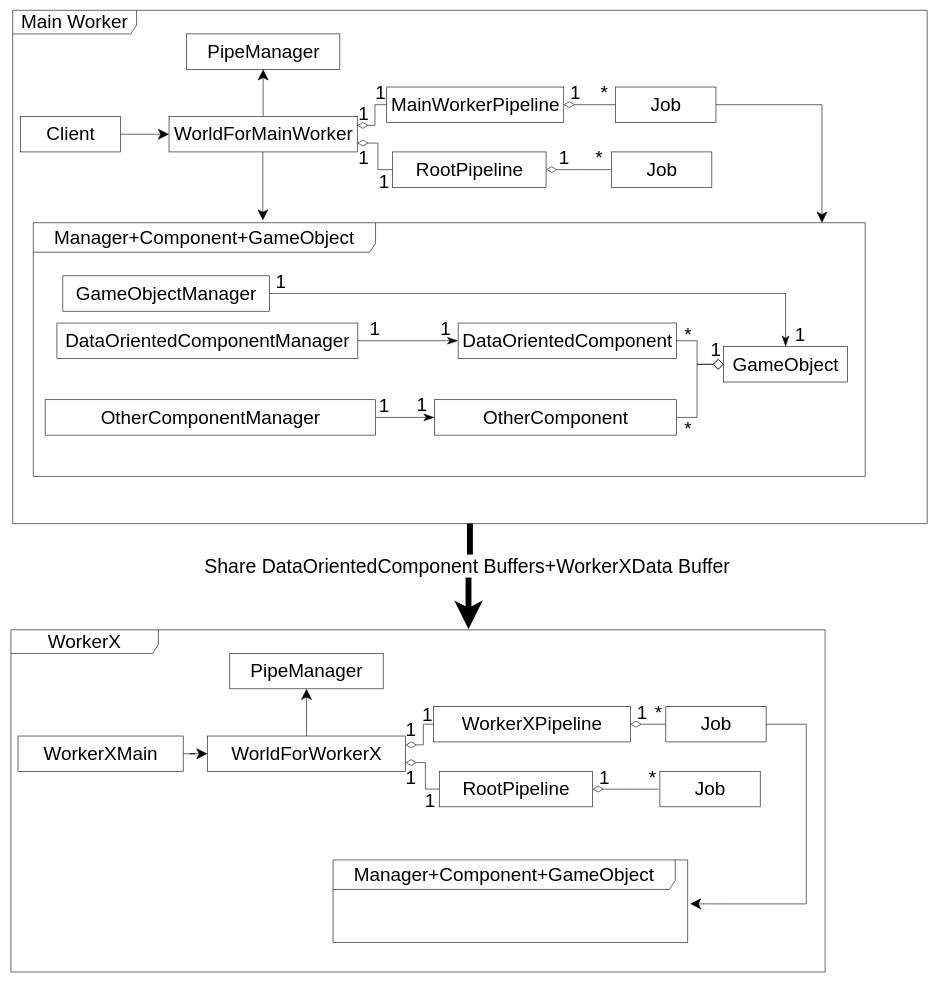
Before: packages/多线程模式/role_abstract/类图.drawio in yyc-git/3DProgramPattern, a draw.io diagram. Source tidied: cells renumbered, new cells numbered last; positions are measured from the earlier drawing's top-left corner, leaving out a move shared by most shapes. Both pictures are drawn from the tidied source at 59%, with x=0, y=0 at pixel (11, 10).
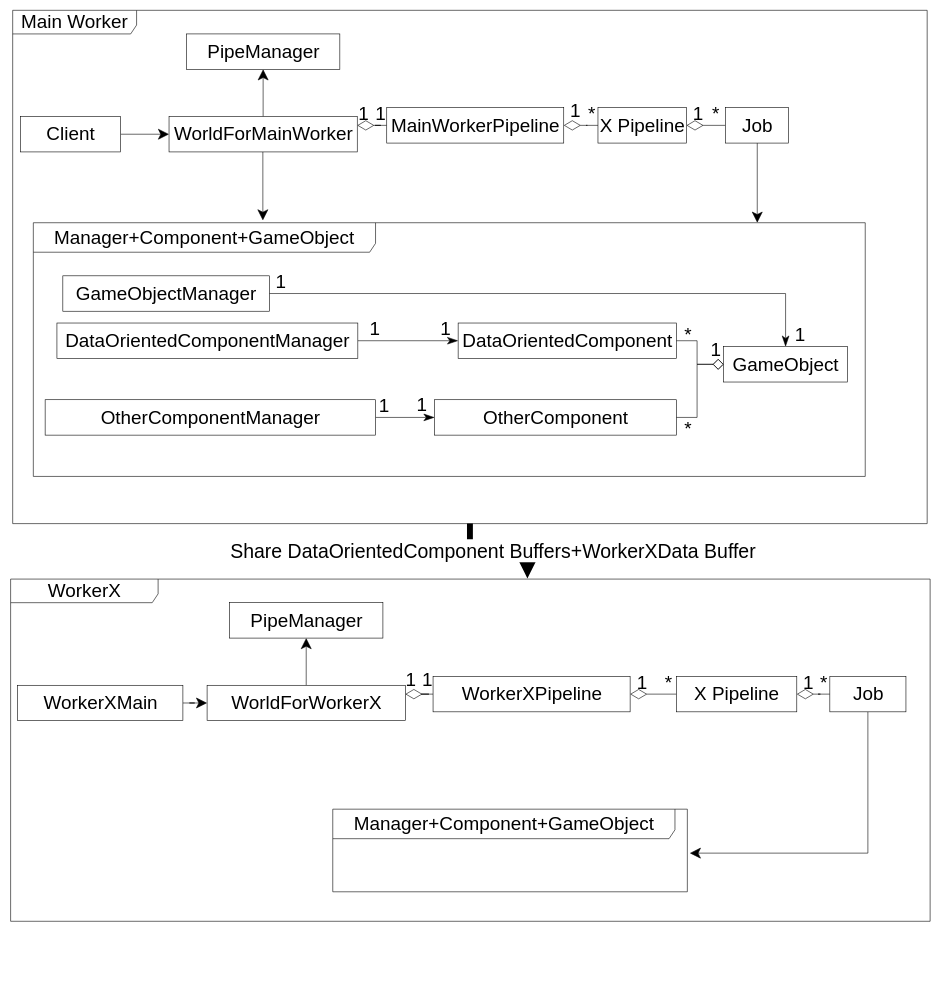
The same page after the edit.

The change refers to these unchanged cells:
```xml
<mxCell id="11" value="WorldForMainWorker" style="html=1;fontSize=32;" parent="1" vertex="1">
  <mxGeometry x="268" y="180" width="319" height="60" as="geometry" />
</mxCell>
<mxCell id="37" value="&lt;font style=&quot;font-size: 32px&quot;&gt;Manager+&lt;/font&gt;Component+GameObject" style="shape=umlFrame;whiteSpace=wrap;html=1;width=580;height=50;fontSize=32;" parent="1" vertex="1">
  <mxGeometry x="38" y="360" width="1410" height="430" as="geometry" />
</mxCell>
```

Change to the diagram source:
```diff
@@
-    <mxCell id="8" style="edgeStyle=orthogonalEdgeStyle;rounded=0;jettySize=auto;html=1;endSize=16;startSize=16;startArrow=diamondThin;startFill=0;endArrow=none;endFill=0;exitX=1;exitY=0.25;exitDx=0;exitDy=0;" parent="1" edge="1" source="11" target="14">
+    <mxCell id="8" style="edgeStyle=orthogonalEdgeStyle;rounded=0;jettySize=auto;html=1;endSize=26;startSize=26;startArrow=diamondThin;startFill=0;endArrow=none;endFill=0;exitX=1;exitY=0.25;exitDx=0;exitDy=0;" parent="1" edge="1" source="11" target="14">
       <mxGeometry relative="1" as="geometry" />
     </mxCell>
-    <mxCell id="9" style="edgeStyle=orthogonalEdgeStyle;rounded=0;jettySize=auto;html=1;endSize=16;startSize=16;startArrow=diamondThin;startFill=0;endArrow=none;endFill=0;exitX=1;exitY=0.75;exitDx=0;exitDy=0;" parent="1" edge="1" source="11" target="16">
-      <mxGeometry relative="1" as="geometry" />
-    </mxCell>
@@
-    <mxCell id="13" style="edgeStyle=orthogonalEdgeStyle;rounded=0;jettySize=auto;html=1;entryX=0;entryY=0.5;entryDx=0;entryDy=0;startArrow=diamondThin;startFill=0;endArrow=none;endFill=0;startSize=16;endSize=16;" parent="1" edge="1" source="14" target="18">
-      <mxGeometry relative="1" as="geometry" />
-    </mxCell>
+    <mxCell id="75" style="edgeStyle=orthogonalEdgeStyle;rounded=0;jettySize=auto;html=1;startSize=26;endSize=26;startArrow=diamondThin;startFill=0;endArrow=none;endFill=0;" parent="1" edge="1" source="14" target="78">
+      <mxGeometry relative="1" as="geometry" />
+    </mxCell>
     <mxCell id="14" value="MainWorkerPipeline" style="html=1;fontSize=32;" parent="1" vertex="1">
-      <mxGeometry x="637" y="130" width="300" height="60" as="geometry" />
+      <mxGeometry x="637" y="165" width="300" height="60" as="geometry" />
     </mxCell>
-    <mxCell id="15" style="edgeStyle=orthogonalEdgeStyle;rounded=0;jettySize=auto;html=1;entryX=0;entryY=0.5;entryDx=0;entryDy=0;startArrow=diamondThin;startFill=0;endArrow=none;endFill=0;startSize=16;endSize=16;" parent="1" edge="1" source="16">
-      <mxGeometry relative="1" as="geometry">
-        <mxPoint x="1017" y="270" as="targetPoint" />
-      </mxGeometry>
-    </mxCell>
-    <mxCell id="16" value="RootPipeline" style="html=1;fontSize=32;" parent="1" vertex="1">
-      <mxGeometry x="647" y="240" width="260" height="60" as="geometry" />
-    </mxCell>
-    <mxCell id="17" style="group;" parent="1" vertex="1">
-      <mxGeometry x="1025" y="130" width="190" height="70" as="geometry" />
-    </mxCell>
-    <mxCell id="18" value="Job" style="html=1;fontSize=32;" parent="17" vertex="1">
-      <mxGeometry width="170" height="60" as="geometry" />
-    </mxCell>
     <mxCell id="19" value="WorkerX" style="shape=umlFrame;whiteSpace=wrap;html=1;width=250;height=40;fontSize=32;" parent="1" vertex="1">
-      <mxGeometry y="1050" width="1380" height="580" as="geometry" />
+      <mxGeometry x="-0.5" y="964" width="1558.5" height="580" as="geometry" />
     </mxCell>
     <mxCell id="20" value="&lt;font style=&quot;font-size: 32px&quot;&gt;Manager+&lt;/font&gt;Component+GameObject" style="shape=umlFrame;whiteSpace=wrap;html=1;width=580;height=50;fontSize=32;" parent="1" vertex="1">
-      <mxGeometry x="546" y="1440" width="601" height="140" as="geometry" />
+      <mxGeometry x="545.5" y="1354" width="601" height="140" as="geometry" />
     </mxCell>
@@
     <mxCell id="22" value="WorkerXMain" style="html=1;fontSize=32;" parent="1" vertex="1">
-      <mxGeometry x="12" y="1230" width="280" height="60" as="geometry" />
+      <mxGeometry x="11.5" y="1144" width="280" height="60" as="geometry" />
     </mxCell>
@@
-    <mxCell id="24" style="edgeStyle=orthogonalEdgeStyle;rounded=0;jettySize=auto;html=1;endSize=16;startSize=16;startArrow=diamondThin;startFill=0;endArrow=none;endFill=0;exitX=1;exitY=0.25;exitDx=0;exitDy=0;" parent="1" edge="1" source="26" target="29">
+    <mxCell id="24" style="edgeStyle=orthogonalEdgeStyle;rounded=0;jettySize=auto;html=1;endSize=26;startSize=26;startArrow=diamondThin;startFill=0;endArrow=none;endFill=0;exitX=1;exitY=0.25;exitDx=0;exitDy=0;" parent="1" edge="1" source="26" target="29">
       <mxGeometry relative="1" as="geometry" />
     </mxCell>
-    <mxCell id="25" style="edgeStyle=orthogonalEdgeStyle;rounded=0;jettySize=auto;html=1;endSize=16;startSize=16;startArrow=diamondThin;startFill=0;endArrow=none;endFill=0;exitX=1;exitY=0.75;exitDx=0;exitDy=0;" parent="1" edge="1" source="26" target="31">
-      <mxGeometry relative="1" as="geometry" />
-    </mxCell>
     <mxCell id="26" value="WorldForWorkerX" style="html=1;fontSize=32;" parent="1" vertex="1">
-      <mxGeometry x="333" y="1230" width="336" height="60" as="geometry" />
+      <mxGeometry x="332.5" y="1144" width="336" height="60" as="geometry" />
     </mxCell>
     <mxCell id="27" value="PipeManager" style="html=1;fontSize=32;" parent="1" vertex="1">
-      <mxGeometry x="371" y="1090" width="260" height="60" as="geometry" />
+      <mxGeometry x="370.5" y="1004" width="260" height="60" as="geometry" />
     </mxCell>
-    <mxCell id="28" style="edgeStyle=orthogonalEdgeStyle;rounded=0;jettySize=auto;html=1;entryX=0;entryY=0.5;entryDx=0;entryDy=0;startArrow=diamondThin;startFill=0;endArrow=none;endFill=0;startSize=16;endSize=16;" parent="1" edge="1" source="29" target="35">
-      <mxGeometry relative="1" as="geometry" />
-    </mxCell>
+    <mxCell id="76" style="edgeStyle=orthogonalEdgeStyle;rounded=0;jettySize=auto;html=1;entryX=0;entryY=0.5;entryDx=0;entryDy=0;startArrow=diamondThin;startFill=0;endArrow=none;endFill=0;startSize=26;endSize=26;" parent="1" edge="1" source="29" target="81">
+      <mxGeometry relative="1" as="geometry" />
+    </mxCell>
     <mxCell id="29" value="WorkerXPipeline" style="html=1;fontSize=32;" parent="1" vertex="1">
-      <mxGeometry x="716" y="1180" width="334" height="60" as="geometry" />
+      <mxGeometry x="715.5" y="1129" width="334" height="60" as="geometry" />
     </mxCell>
-    <mxCell id="30" style="edgeStyle=orthogonalEdgeStyle;rounded=0;jettySize=auto;html=1;startArrow=diamondThin;startFill=0;endArrow=none;endFill=0;startSize=16;endSize=16;" parent="1" edge="1" source="31">
-      <mxGeometry relative="1" as="geometry">
-        <mxPoint x="1098" y="1320" as="targetPoint" />
-      </mxGeometry>
-    </mxCell>
-    <mxCell id="31" value="RootPipeline" style="html=1;fontSize=32;" parent="1" vertex="1">
-      <mxGeometry x="726" y="1290" width="260" height="60" as="geometry" />
-    </mxCell>
-    <mxCell id="32" style="group;" parent="1" vertex="1">
-      <mxGeometry x="1018" y="240" width="190" height="70" as="geometry" />
-    </mxCell>
-    <mxCell id="33" value="Job" style="html=1;fontSize=32;" parent="32" vertex="1">
-      <mxGeometry width="170" height="60" as="geometry" />
-    </mxCell>
-    <mxCell id="34" style="edgeStyle=orthogonalEdgeStyle;rounded=0;jettySize=auto;html=1;entryX=1.007;entryY=0.532;entryDx=0;entryDy=0;entryPerimeter=0;startSize=16;endSize=16;strokeWidth=1;" parent="1" edge="1" source="35" target="20">
+    <mxCell id="34" style="edgeStyle=orthogonalEdgeStyle;rounded=0;jettySize=auto;html=1;entryX=1.007;entryY=0.532;entryDx=0;entryDy=0;entryPerimeter=0;startSize=16;endSize=16;strokeWidth=1;exitX=0.5;exitY=1;exitDx=0;exitDy=0;" parent="1" edge="1" source="82" target="20">
       <mxGeometry relative="1" as="geometry">
         <Array as="points">
-          <mxPoint x="1348" y="1210" />
-          <mxPoint x="1348" y="1514" />
+          <mxPoint x="1453" y="1429" />
         </Array>
       </mxGeometry>
     </mxCell>
-    <mxCell id="35" value="Job" style="html=1;fontSize=32;" parent="1" vertex="1">
-      <mxGeometry x="1110" y="1180" width="170" height="60" as="geometry" />
-    </mxCell>
-    <mxCell id="36" value="Job" style="html=1;fontSize=32;" parent="1" vertex="1">
-      <mxGeometry x="1100" y="1290" width="170" height="60" as="geometry" />
-    </mxCell>
@@
-    <mxCell id="49" style="edgeStyle=orthogonalEdgeStyle;rounded=0;jettySize=auto;html=1;entryX=0.948;entryY=0;entryDx=0;entryDy=0;entryPerimeter=0;startSize=16;endSize=16;" parent="1" edge="1" source="18" target="37">
+    <mxCell id="49" style="edgeStyle=orthogonalEdgeStyle;rounded=0;jettySize=auto;html=1;startSize=16;endSize=16;exitX=0.5;exitY=1;exitDx=0;exitDy=0;" parent="1" edge="1" source="79">
       <mxGeometry relative="1" as="geometry">
+        <mxPoint x="1265" y="360" as="targetPoint" />
         <Array as="points">
-          <mxPoint x="1375" y="160" />
+          <mxPoint x="1265" y="360" />
         </Array>
       </mxGeometry>
     </mxCell>
@@
     <mxCell id="51" value="&lt;font style=&quot;font-size: 32px&quot;&gt;1&lt;/font&gt;" style="text;html=1;strokeColor=none;fillColor=none;align=center;verticalAlign=middle;whiteSpace=wrap;rounded=0;" parent="1" vertex="1">
-      <mxGeometry x="607" y="130" width="40" height="20" as="geometry" />
+      <mxGeometry x="607" y="165" width="40" height="20" as="geometry" />
     </mxCell>
-    <mxCell id="52" value="&lt;font style=&quot;font-size: 32px&quot;&gt;1&lt;/font&gt;" style="text;html=1;strokeColor=none;fillColor=none;align=center;verticalAlign=middle;whiteSpace=wrap;rounded=0;" parent="1" vertex="1">
-      <mxGeometry x="578" y="240" width="40" height="20" as="geometry" />
-    </mxCell>
-    <mxCell id="53" value="&lt;font style=&quot;font-size: 32px&quot;&gt;1&lt;/font&gt;" style="text;html=1;strokeColor=none;fillColor=none;align=center;verticalAlign=middle;whiteSpace=wrap;rounded=0;" parent="1" vertex="1">
-      <mxGeometry x="613" y="280" width="40" height="20" as="geometry" />
-    </mxCell>
     <mxCell id="54" value="&lt;font style=&quot;font-size: 32px&quot;&gt;1&lt;/font&gt;" style="text;html=1;strokeColor=none;fillColor=none;align=center;verticalAlign=middle;whiteSpace=wrap;rounded=0;" parent="1" vertex="1">
-      <mxGeometry x="937" y="130" width="40" height="20" as="geometry" />
+      <mxGeometry x="937" y="160" width="40" height="20" as="geometry" />
     </mxCell>
-    <mxCell id="55" value="&lt;font style=&quot;font-size: 32px&quot;&gt;1&lt;/font&gt;" style="text;html=1;strokeColor=none;fillColor=none;align=center;verticalAlign=middle;whiteSpace=wrap;rounded=0;" parent="1" vertex="1">
-      <mxGeometry x="918" y="240" width="40" height="20" as="geometry" />
-    </mxCell>
-    <mxCell id="56" value="&lt;font style=&quot;font-size: 32px&quot;&gt;*&lt;/font&gt;" style="text;html=1;strokeColor=none;fillColor=none;align=center;verticalAlign=middle;whiteSpace=wrap;rounded=0;" parent="1" vertex="1">
-      <mxGeometry x="977" y="240" width="40" height="20" as="geometry" />
-    </mxCell>
     <mxCell id="57" value="&lt;font style=&quot;font-size: 32px&quot;&gt;*&lt;/font&gt;" style="text;html=1;strokeColor=none;fillColor=none;align=center;verticalAlign=middle;whiteSpace=wrap;rounded=0;" parent="1" vertex="1">
-      <mxGeometry x="986" y="130" width="40" height="20" as="geometry" />
+      <mxGeometry x="965" y="165" width="40" height="20" as="geometry" />
     </mxCell>
@@
     <mxCell id="67" value="&lt;font style=&quot;font-size: 32px&quot;&gt;1&lt;/font&gt;" style="text;html=1;strokeColor=none;fillColor=none;align=center;verticalAlign=middle;whiteSpace=wrap;rounded=0;" parent="1" vertex="1">
-      <mxGeometry x="658" y="1210" width="40" height="20" as="geometry" />
+      <mxGeometry x="657.5" y="1124" width="40" height="20" as="geometry" />
     </mxCell>
-    <mxCell id="68" value="&lt;font style=&quot;font-size: 32px&quot;&gt;1&lt;/font&gt;" style="text;html=1;strokeColor=none;fillColor=none;align=center;verticalAlign=middle;whiteSpace=wrap;rounded=0;" parent="1" vertex="1">
-      <mxGeometry x="658" y="1290" width="40" height="20" as="geometry" />
-    </mxCell>
     <mxCell id="69" value="&lt;font style=&quot;font-size: 32px&quot;&gt;1&lt;/font&gt;" style="text;html=1;strokeColor=none;fillColor=none;align=center;verticalAlign=middle;whiteSpace=wrap;rounded=0;" parent="1" vertex="1">
-      <mxGeometry x="686" y="1184" width="40" height="20" as="geometry" />
+      <mxGeometry x="685.5" y="1124" width="40" height="20" as="geometry" />
     </mxCell>
-    <mxCell id="70" value="&lt;font style=&quot;font-size: 32px&quot;&gt;1&lt;/font&gt;" style="text;html=1;strokeColor=none;fillColor=none;align=center;verticalAlign=middle;whiteSpace=wrap;rounded=0;" parent="1" vertex="1">
-      <mxGeometry x="691" y="1330" width="40" height="20" as="geometry" />
-    </mxCell>
-    <mxCell id="71" value="&lt;font style=&quot;font-size: 32px&quot;&gt;1&lt;/font&gt;" style="text;html=1;strokeColor=none;fillColor=none;align=center;verticalAlign=middle;whiteSpace=wrap;rounded=0;" parent="1" vertex="1">
-      <mxGeometry x="1050" y="1180" width="40" height="20" as="geometry" />
-    </mxCell>
-    <mxCell id="72" value="&lt;font style=&quot;font-size: 32px&quot;&gt;1&lt;/font&gt;" style="text;html=1;strokeColor=none;fillColor=none;align=center;verticalAlign=middle;whiteSpace=wrap;rounded=0;" parent="1" vertex="1">
-      <mxGeometry x="986" y="1290" width="40" height="20" as="geometry" />
-    </mxCell>
-    <mxCell id="73" value="&lt;font style=&quot;font-size: 32px&quot;&gt;*&lt;/font&gt;" style="text;html=1;strokeColor=none;fillColor=none;align=center;verticalAlign=middle;whiteSpace=wrap;rounded=0;" parent="1" vertex="1">
-      <mxGeometry x="1078" y="1180" width="40" height="20" as="geometry" />
-    </mxCell>
-    <mxCell id="74" value="&lt;font style=&quot;font-size: 32px&quot;&gt;*&lt;/font&gt;" style="text;html=1;strokeColor=none;fillColor=none;align=center;verticalAlign=middle;whiteSpace=wrap;rounded=0;" parent="1" vertex="1">
-      <mxGeometry x="1068" y="1290" width="40" height="20" as="geometry" />
-    </mxCell>
+    <mxCell id="77" style="edgeStyle=orthogonalEdgeStyle;rounded=0;jettySize=auto;html=1;entryX=0;entryY=0.5;entryDx=0;entryDy=0;startArrow=diamondThin;startFill=0;endArrow=none;endFill=0;startSize=26;endSize=26;" parent="1" edge="1" source="78" target="79">
+      <mxGeometry relative="1" as="geometry" />
+    </mxCell>
+    <mxCell id="78" value="X Pipeline" style="html=1;fontSize=32;" parent="1" vertex="1">
+      <mxGeometry x="995" y="165" width="150" height="60" as="geometry" />
+    </mxCell>
+    <mxCell id="79" value="Job" style="html=1;fontSize=32;" parent="1" vertex="1">
+      <mxGeometry x="1211" y="165" width="107" height="60" as="geometry" />
+    </mxCell>
+    <mxCell id="80" style="edgeStyle=orthogonalEdgeStyle;rounded=0;jettySize=auto;html=1;startArrow=diamondThin;startFill=0;endArrow=none;endFill=0;startSize=26;endSize=26;" parent="1" edge="1" source="81" target="82">
+      <mxGeometry relative="1" as="geometry" />
+    </mxCell>
+    <mxCell id="81" value="X Pipeline" style="html=1;fontSize=32;" parent="1" vertex="1">
+      <mxGeometry x="1128" y="1129" width="204" height="60" as="geometry" />
+    </mxCell>
+    <mxCell id="82" value="Job" style="html=1;fontSize=32;" parent="1" vertex="1">
+      <mxGeometry x="1388" y="1129" width="129" height="60" as="geometry" />
+    </mxCell>
+    <mxCell id="83" value="&lt;font style=&quot;font-size: 32px&quot;&gt;1&lt;/font&gt;" style="text;html=1;strokeColor=none;fillColor=none;align=center;verticalAlign=middle;whiteSpace=wrap;rounded=0;" parent="1" vertex="1">
+      <mxGeometry x="1145" y="165" width="40" height="20" as="geometry" />
+    </mxCell>
+    <mxCell id="84" value="&lt;font style=&quot;font-size: 32px&quot;&gt;*&lt;/font&gt;" style="text;html=1;strokeColor=none;fillColor=none;align=center;verticalAlign=middle;whiteSpace=wrap;rounded=0;" parent="1" vertex="1">
+      <mxGeometry x="1175" y="165" width="40" height="20" as="geometry" />
+    </mxCell>
+    <mxCell id="85" value="&lt;font style=&quot;font-size: 32px&quot;&gt;1&lt;/font&gt;" style="text;html=1;strokeColor=none;fillColor=none;align=center;verticalAlign=middle;whiteSpace=wrap;rounded=0;" parent="1" vertex="1">
+      <mxGeometry x="1049.5" y="1129" width="40" height="20" as="geometry" />
+    </mxCell>
+    <mxCell id="86" value="&lt;font style=&quot;font-size: 32px&quot;&gt;*&lt;/font&gt;" style="text;html=1;strokeColor=none;fillColor=none;align=center;verticalAlign=middle;whiteSpace=wrap;rounded=0;" parent="1" vertex="1">
+      <mxGeometry x="1095" y="1129" width="40" height="20" as="geometry" />
+    </mxCell>
+    <mxCell id="87" value="&lt;font style=&quot;font-size: 32px&quot;&gt;1&lt;/font&gt;" style="text;html=1;strokeColor=none;fillColor=none;align=center;verticalAlign=middle;whiteSpace=wrap;rounded=0;" parent="1" vertex="1">
+      <mxGeometry x="1332" y="1129" width="40" height="20" as="geometry" />
+    </mxCell>
+    <mxCell id="88" value="&lt;font style=&quot;font-size: 32px&quot;&gt;*&lt;/font&gt;" style="text;html=1;strokeColor=none;fillColor=none;align=center;verticalAlign=middle;whiteSpace=wrap;rounded=0;" parent="1" vertex="1">
+      <mxGeometry x="1358" y="1129" width="40" height="20" as="geometry" />
+    </mxCell>
```
